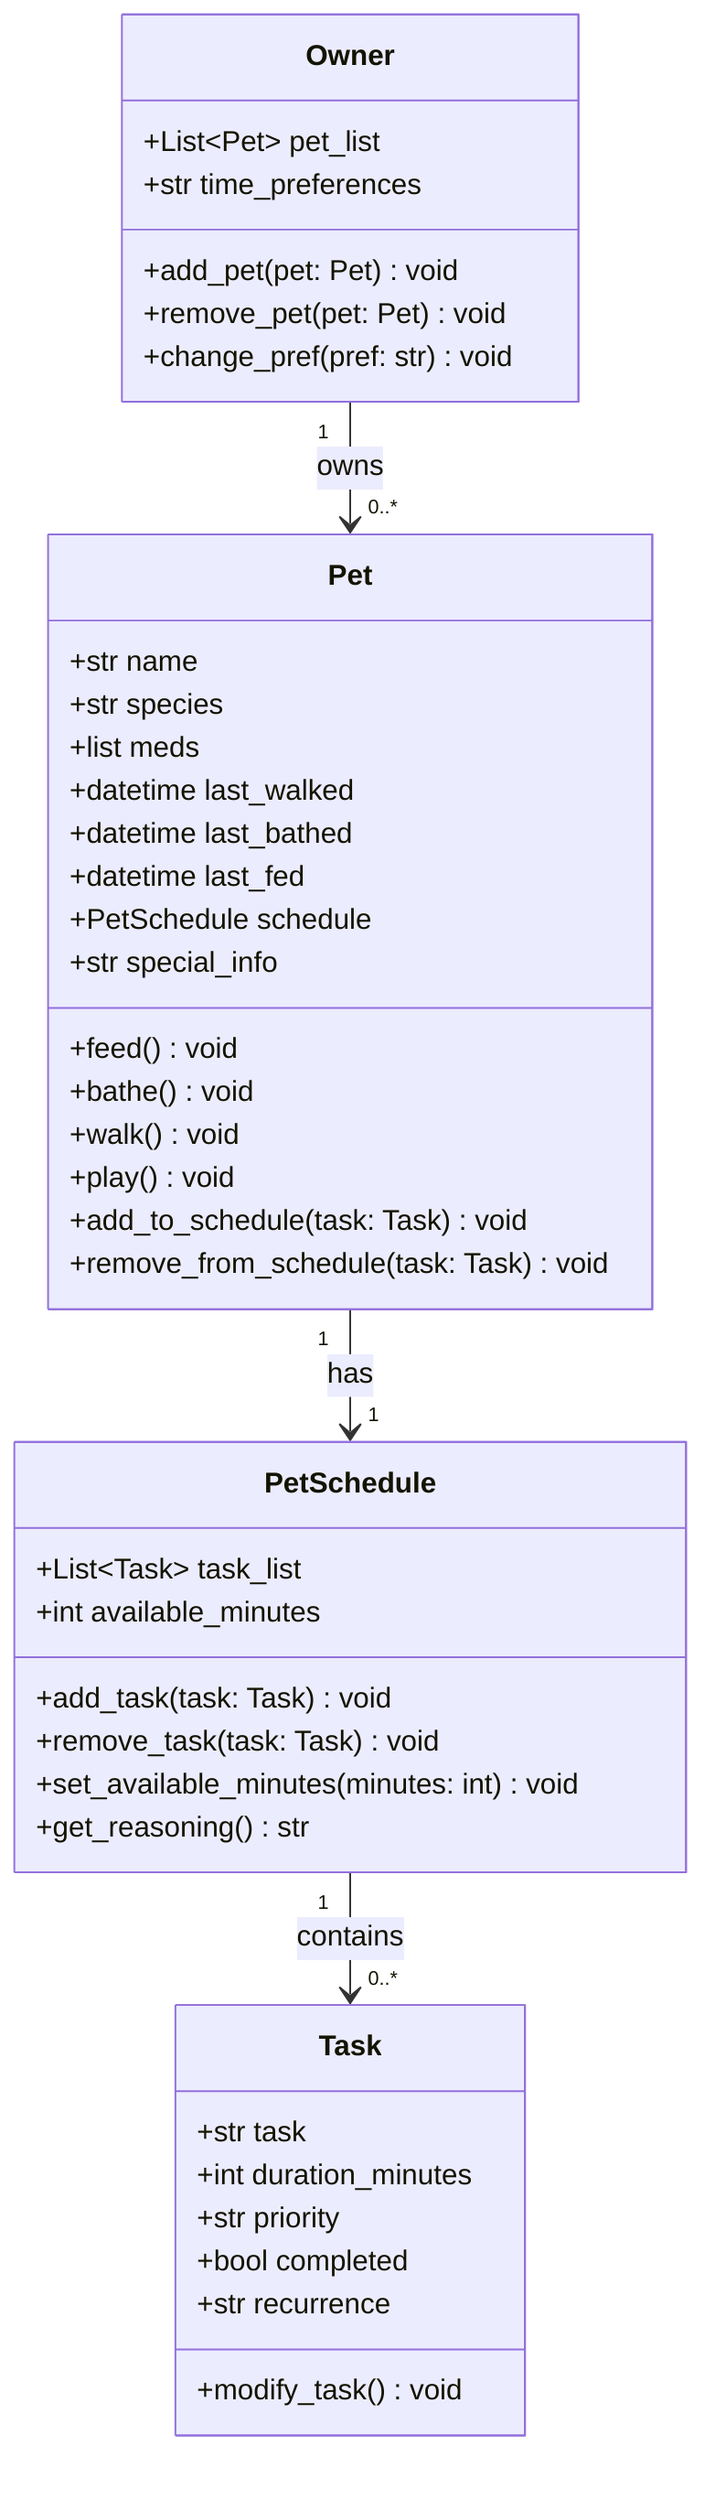
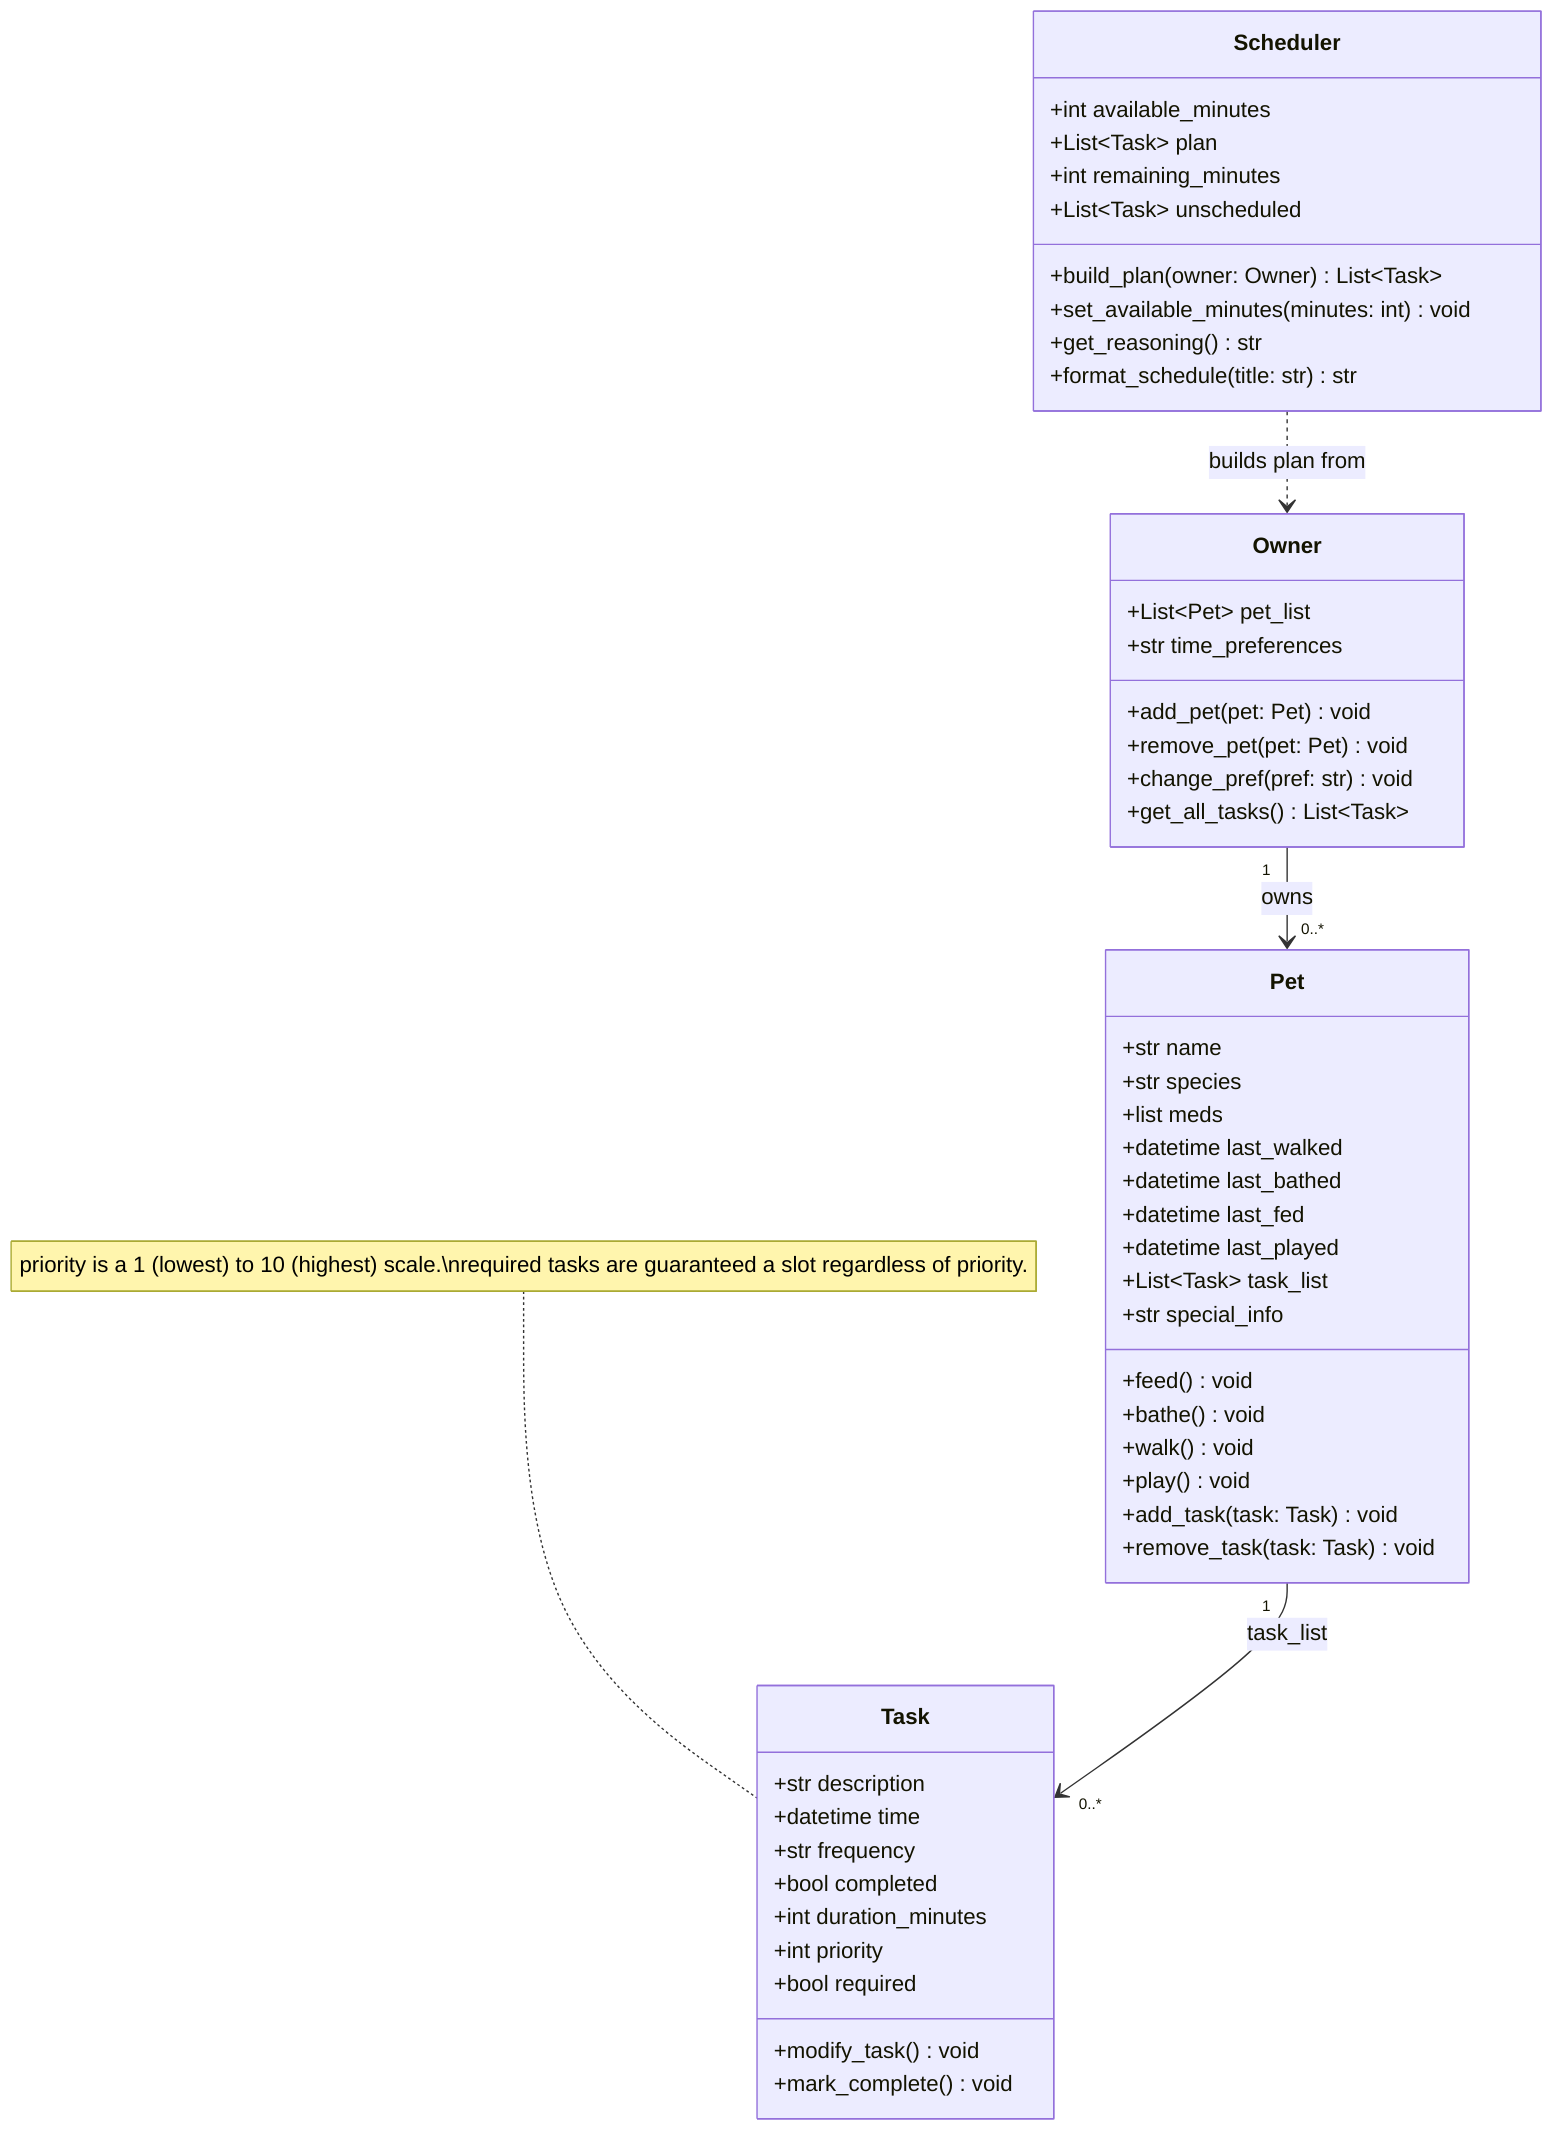
classDiagram
    %% Keep this file updated so it matches your final implementation.
-     %% Owner -> Pet -> PetSchedule -> Task is a strict one-directional tree:
-     %% no child holds a back-reference to its parent, so nothing needs manual syncing.
+     %% Owner -> Pet -> Task is a strict one-directional tree: no child holds
+     %% a back-reference to its parent, so nothing needs manual syncing.
+     %% Scheduler is a separate service class: it reads from an Owner's pets
+     %% to build a plan, but is not part of the ownership tree itself.

    class Owner {
        +List~Pet~ pet_list
        +str time_preferences
        +add_pet(pet: Pet) void
        +remove_pet(pet: Pet) void
        +change_pref(pref: str) void
+         +get_all_tasks() List~Task~
    }

    class Pet {
        +str name
        +str species
        +list meds
        +datetime last_walked
        +datetime last_bathed
        +datetime last_fed
-         +PetSchedule schedule
+         +datetime last_played
+         +List~Task~ task_list
        +str special_info
        +feed() void
        +bathe() void
        +walk() void
        +play() void
-         +add_to_schedule(task: Task) void
-         +remove_from_schedule(task: Task) void
-     }
- 
-     class PetSchedule {
-         +List~Task~ task_list
-         +int available_minutes
        +add_task(task: Task) void
        +remove_task(task: Task) void
-         +set_available_minutes(minutes: int) void
-         +get_reasoning() str
    }

    class Task {
-         +str task
+         +str description
+         +datetime time
+         +str frequency
+         +bool completed
        +int duration_minutes
-         +str priority
-         +bool completed
-         +str recurrence
+         +int priority
+         +bool required
        +modify_task() void
+         +mark_complete() void
+     }
+     note for Task "priority is a 1 (lowest) to 10 (highest) scale.\nrequired tasks are guaranteed a slot regardless of priority."
+ 
+     class Scheduler {
+         +int available_minutes
+         +List~Task~ plan
+         +int remaining_minutes
+         +List~Task~ unscheduled
+         +build_plan(owner: Owner) List~Task~
+         +set_available_minutes(minutes: int) void
+         +get_reasoning() str
+         +format_schedule(title: str) str
    }

    Owner "1" --> "0..*" Pet : owns
-     Pet "1" --> "1" PetSchedule : has
-     PetSchedule "1" --> "0..*" Task : contains
+     Pet "1" --> "0..*" Task : task_list
+     Scheduler ..> Owner : builds plan from
